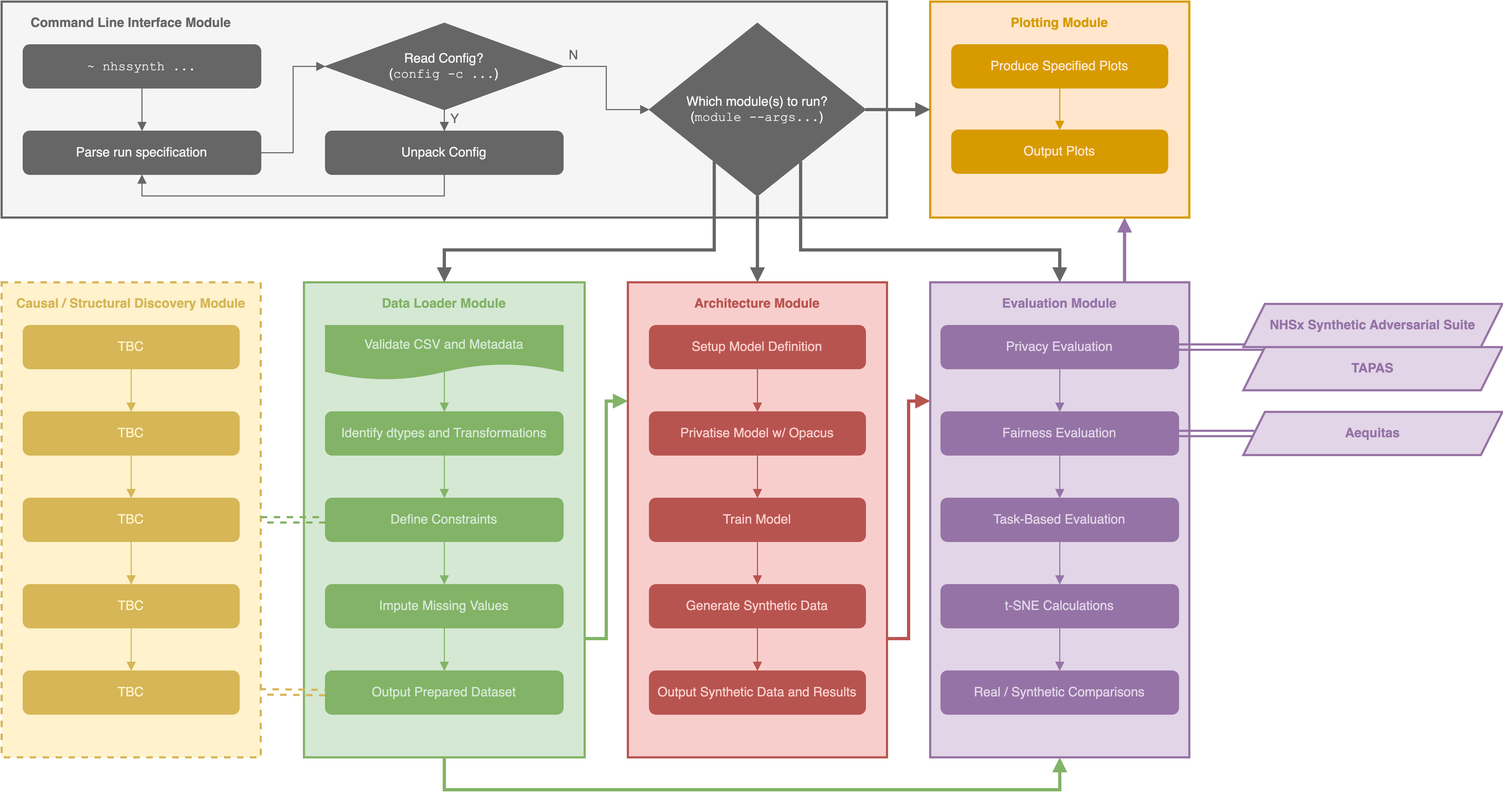
Earlier version of the draw.io export docs/modules.png (nhsengland/NHSSynth). Source tidied: cells renumbered, new cells last; positions are measured from the earlier drawing's top-left corner, leaving out a move shared by most shapes.
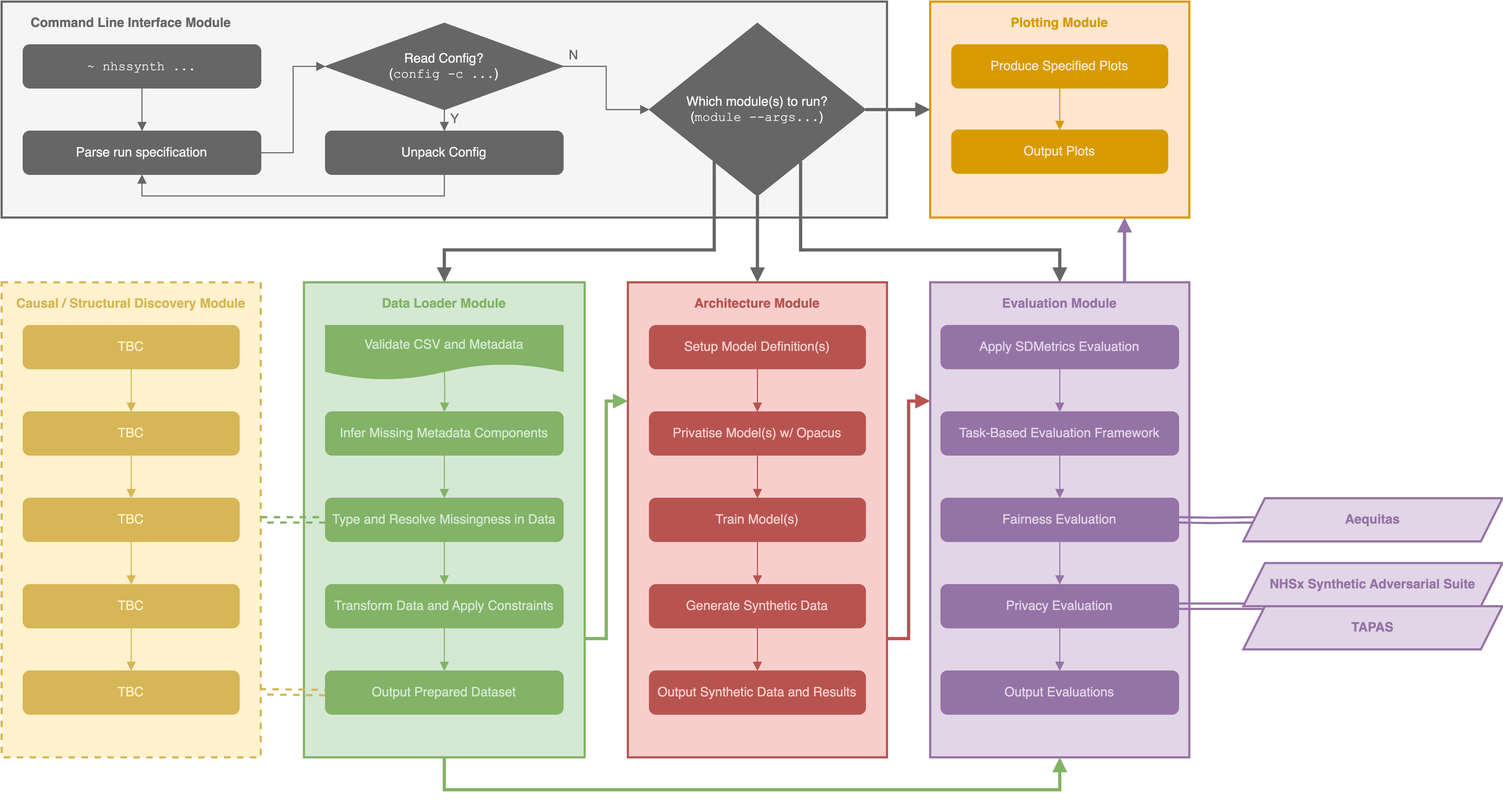
After the commit.

Commit message:
Updating module diagram

Diff of the diagram source:
```diff
@@ -56,7 +56,7 @@
         </Array>
       </mxGeometry>
     </mxCell>
-    <mxCell id="13" value="Define Constraints" style="rounded=1;whiteSpace=wrap;html=1;fillColor=#82B366;strokeColor=#82B366;fontColor=#D5E8D4;" parent="1" vertex="1">
+    <mxCell id="13" value="Type and Resolve Missingness in Data" style="rounded=1;whiteSpace=wrap;html=1;fillColor=#82B366;strokeColor=#82B366;fontColor=#D5E8D4;" parent="1" vertex="1">
       <mxGeometry x="300" y="460" width="220" height="40" as="geometry" />
     </mxCell>
     <mxCell id="14" value="Output Prepared Dataset" style="rounded=1;whiteSpace=wrap;html=1;fillColor=#82B366;strokeColor=#82B366;fontColor=#D5E8D4;" parent="1" vertex="1">
@@ -68,13 +68,13 @@
     <mxCell id="16" style="edgeStyle=orthogonalEdgeStyle;rounded=0;jettySize=auto;html=1;endArrow=block;endFill=1;fillColor=#d5e8d4;strokeColor=#82b366;" parent="1" edge="1" source="17" target="13">
       <mxGeometry relative="1" as="geometry" />
     </mxCell>
-    <mxCell id="17" value="Identify dtypes and Transformations" style="rounded=1;whiteSpace=wrap;html=1;fillColor=#82B366;strokeColor=#82B366;fontColor=#D5E8D4;" parent="1" vertex="1">
+    <mxCell id="17" value="Infer Missing Metadata Components" style="rounded=1;whiteSpace=wrap;html=1;fillColor=#82B366;strokeColor=#82B366;fontColor=#D5E8D4;" parent="1" vertex="1">
       <mxGeometry x="300" y="380" width="220" height="40" as="geometry" />
     </mxCell>
     <mxCell id="18" style="edgeStyle=orthogonalEdgeStyle;rounded=0;jettySize=auto;html=1;endArrow=block;endFill=1;fillColor=#d5e8d4;strokeColor=#82b366;" parent="1" edge="1" source="19" target="14">
       <mxGeometry relative="1" as="geometry" />
     </mxCell>
-    <mxCell id="19" value="Impute Missing Values" style="rounded=1;whiteSpace=wrap;html=1;fillColor=#82B366;strokeColor=#82B366;fontColor=#D5E8D4;" parent="1" vertex="1">
+    <mxCell id="19" value="Transform Data and Apply Constraints" style="rounded=1;whiteSpace=wrap;html=1;fillColor=#82B366;strokeColor=#82B366;fontColor=#D5E8D4;" parent="1" vertex="1">
       <mxGeometry x="300" y="540" width="220" height="40" as="geometry" />
     </mxCell>
     <mxCell id="20" value="Evaluation Module" style="text;html=1;strokeColor=none;fillColor=none;align=center;verticalAlign=middle;whiteSpace=wrap;rounded=0;rotation=0;fontColor=#9673A6;fontStyle=1;" parent="1" vertex="1">
@@ -83,26 +83,28 @@
     <mxCell id="21" style="edgeStyle=orthogonalEdgeStyle;rounded=0;jettySize=auto;html=1;fillColor=#e1d5e7;strokeColor=#9673a6;endArrow=block;endFill=1;" parent="1" edge="1" source="22" target="27">
       <mxGeometry relative="1" as="geometry" />
     </mxCell>
-    <mxCell id="22" value="Privacy Evaluation" style="rounded=1;whiteSpace=wrap;html=1;fillColor=#9673A6;strokeColor=#9673A6;fontColor=#E1D5E7;" parent="1" vertex="1">
+    <mxCell id="22" value="Apply SDMetrics Evaluation" style="rounded=1;whiteSpace=wrap;html=1;fillColor=#9673A6;strokeColor=#9673A6;fontColor=#E1D5E7;" parent="1" vertex="1">
       <mxGeometry x="870" y="300" width="220" height="40" as="geometry" />
     </mxCell>
     <mxCell id="23" style="edgeStyle=orthogonalEdgeStyle;rounded=0;jettySize=auto;html=1;fontFamily=Helvetica;fontColor=#666666;fillColor=#e1d5e7;strokeColor=#9673a6;endArrow=block;endFill=1;" parent="1" edge="1" source="24" target="34">
       <mxGeometry relative="1" as="geometry" />
     </mxCell>
-    <mxCell id="24" value="Task-Based Evaluation" style="rounded=1;whiteSpace=wrap;html=1;fillColor=#9673A6;strokeColor=#9673A6;fontColor=#E1D5E7;" parent="1" vertex="1">
+    <mxCell id="24" value="Fairness Evaluation" style="rounded=1;whiteSpace=wrap;html=1;fillColor=#9673A6;strokeColor=#9673A6;fontColor=#E1D5E7;" parent="1" vertex="1">
       <mxGeometry x="870" y="460" width="220" height="40" as="geometry" />
     </mxCell>
     <mxCell id="25" style="edgeStyle=orthogonalEdgeStyle;rounded=0;jettySize=auto;html=1;fillColor=#e1d5e7;strokeColor=#9673a6;endArrow=block;endFill=1;" parent="1" edge="1" source="27" target="24">
       <mxGeometry relative="1" as="geometry" />
     </mxCell>
-    <mxCell id="26" style="edgeStyle=orthogonalEdgeStyle;rounded=0;jettySize=auto;html=1;fontFamily=Helvetica;fontColor=#666666;shape=link;strokeWidth=2;fillColor=#e1d5e7;strokeColor=#9673a6;" parent="1" edge="1" source="27" target="28">
-      <mxGeometry relative="1" as="geometry" />
+    <mxCell id="26" style="edgeStyle=orthogonalEdgeStyle;rounded=0;jettySize=auto;html=1;fontFamily=Helvetica;fontColor=#666666;shape=link;strokeWidth=2;fillColor=#e1d5e7;strokeColor=#9673a6;" parent="1" edge="1" target="28">
+      <mxGeometry relative="1" as="geometry">
+        <mxPoint x="1090" y="480" as="sourcePoint" />
+      </mxGeometry>
     </mxCell>
-    <mxCell id="27" value="Fairness Evaluation" style="rounded=1;whiteSpace=wrap;html=1;fillColor=#9673A6;strokeColor=#9673A6;fontColor=#E1D5E7;" parent="1" vertex="1">
+    <mxCell id="27" value="Task-Based Evaluation Framework" style="rounded=1;whiteSpace=wrap;html=1;fillColor=#9673A6;strokeColor=#9673A6;fontColor=#E1D5E7;" parent="1" vertex="1">
       <mxGeometry x="870" y="380" width="220" height="40" as="geometry" />
     </mxCell>
     <mxCell id="28" value="&lt;b&gt;Aequitas&lt;/b&gt;" style="shape=parallelogram;perimeter=parallelogramPerimeter;whiteSpace=wrap;html=1;fixedSize=1;rounded=0;glass=0;fillColor=#e1d5e7;strokeColor=#9673a6;strokeWidth=2;fontColor=#9673A6;" parent="1" vertex="1">
-      <mxGeometry x="1150" y="380" width="240" height="40" as="geometry" />
+      <mxGeometry x="1150" y="460" width="240" height="40" as="geometry" />
     </mxCell>
     <mxCell id="29" style="edgeStyle=orthogonalEdgeStyle;rounded=0;jettySize=auto;html=1;fontFamily=Helvetica;fontColor=#666666;fillColor=#f8cecc;strokeColor=#b85450;strokeWidth=3;endArrow=block;endFill=1;exitX=1;exitY=0.75;exitDx=0;exitDy=0;entryX=0;entryY=0.25;entryDx=0;entryDy=0;" parent="1" edge="1" source="30" target="8">
       <mxGeometry relative="1" as="geometry" />
@@ -113,13 +115,13 @@
     <mxCell id="31" value="Architecture Module" style="text;html=1;strokeColor=none;fillColor=none;align=center;verticalAlign=middle;whiteSpace=wrap;rounded=0;rotation=0;fontColor=#B85450;fontStyle=1;" parent="1" vertex="1">
       <mxGeometry x="620" y="260" width="160" height="40" as="geometry" />
     </mxCell>
-    <mxCell id="32" value="Train Model" style="rounded=1;whiteSpace=wrap;html=1;fillColor=#B85450;strokeColor=#B85450;fontColor=#F8CECC;" parent="1" vertex="1">
+    <mxCell id="32" value="Train Model(s)" style="rounded=1;whiteSpace=wrap;html=1;fillColor=#B85450;strokeColor=#B85450;fontColor=#F8CECC;" parent="1" vertex="1">
       <mxGeometry x="600" y="460" width="200" height="40" as="geometry" />
     </mxCell>
     <mxCell id="33" style="edgeStyle=orthogonalEdgeStyle;rounded=0;jettySize=auto;html=1;fontFamily=Helvetica;fontColor=#666666;fillColor=#e1d5e7;strokeColor=#9673a6;endArrow=block;endFill=1;" parent="1" edge="1" source="34" target="43">
       <mxGeometry relative="1" as="geometry" />
     </mxCell>
-    <mxCell id="34" value="t-SNE Calculations" style="rounded=1;whiteSpace=wrap;html=1;fillColor=#9673A6;strokeColor=#9673A6;fontColor=#E1D5E7;" parent="1" vertex="1">
+    <mxCell id="34" value="Privacy Evaluation" style="rounded=1;whiteSpace=wrap;html=1;fillColor=#9673A6;strokeColor=#9673A6;fontColor=#E1D5E7;" parent="1" vertex="1">
       <mxGeometry x="870" y="540" width="220" height="40" as="geometry" />
     </mxCell>
     <mxCell id="35" value="Generate Synthetic Data" style="rounded=1;whiteSpace=wrap;html=1;fillColor=#B85450;strokeColor=#B85450;fontColor=#F8CECC;" parent="1" vertex="1">
@@ -128,13 +130,13 @@
     <mxCell id="36" style="endArrow=block;html=1;rounded=0;exitX=0.5;exitY=1;exitDx=0;exitDy=0;entryX=0.5;entryY=0;entryDx=0;entryDy=0;endFill=1;fillColor=#f8cecc;strokeColor=#b85450;" parent="1" edge="1" source="32" target="35">
       <mxGeometry relative="1" as="geometry" />
     </mxCell>
-    <mxCell id="37" value="Setup Model Definition" style="rounded=1;whiteSpace=wrap;html=1;fillColor=#B85450;strokeColor=#B85450;fontColor=#F8CECC;" parent="1" vertex="1">
+    <mxCell id="37" value="Setup Model Definition(s)" style="rounded=1;whiteSpace=wrap;html=1;fillColor=#B85450;strokeColor=#B85450;fontColor=#F8CECC;" parent="1" vertex="1">
       <mxGeometry x="600" y="300" width="200" height="40" as="geometry" />
     </mxCell>
     <mxCell id="38" value="Output Synthetic Data and Results" style="rounded=1;whiteSpace=wrap;html=1;fillColor=#B85450;strokeColor=#B85450;fontColor=#F8CECC;" parent="1" vertex="1">
       <mxGeometry x="600" y="620" width="200" height="40" as="geometry" />
     </mxCell>
-    <mxCell id="39" value="Privatise Model w/ Opacus" style="rounded=1;whiteSpace=wrap;html=1;fillColor=#B85450;strokeColor=#B85450;fontColor=#F8CECC;" parent="1" vertex="1">
+    <mxCell id="39" value="Privatise Model(s) w/ Opacus" style="rounded=1;whiteSpace=wrap;html=1;fillColor=#B85450;strokeColor=#B85450;fontColor=#F8CECC;" parent="1" vertex="1">
       <mxGeometry x="600" y="380" width="200" height="40" as="geometry" />
     </mxCell>
     <mxCell id="40" style="endArrow=block;html=1;rounded=0;exitX=0.5;exitY=1;exitDx=0;exitDy=0;endFill=1;fillColor=#f8cecc;strokeColor=#b85450;" parent="1" edge="1" source="37">
@@ -148,7 +150,7 @@
     <mxCell id="42" style="endArrow=block;html=1;rounded=0;exitX=0.5;exitY=1;exitDx=0;exitDy=0;entryX=0.5;entryY=0;entryDx=0;entryDy=0;endFill=1;fillColor=#f8cecc;strokeColor=#b85450;" parent="1" edge="1" source="35" target="38">
       <mxGeometry relative="1" as="geometry" />
     </mxCell>
-    <mxCell id="43" value="Real / Synthetic Comparisons" style="rounded=1;whiteSpace=wrap;html=1;fillColor=#9673A6;strokeColor=#9673A6;fontColor=#E1D5E7;" parent="1" vertex="1">
+    <mxCell id="43" value="Output Evaluations" style="rounded=1;whiteSpace=wrap;html=1;fillColor=#9673A6;strokeColor=#9673A6;fontColor=#E1D5E7;" parent="1" vertex="1">
       <mxGeometry x="870" y="620" width="220" height="40" as="geometry" />
     </mxCell>
     <mxCell id="44" style="rounded=0;whiteSpace=wrap;html=1;fillColor=#F5F5F5;strokeColor=#666666;strokeWidth=2;fontColor=#F5F5F5;" parent="1" vertex="1">
@@ -234,19 +236,20 @@
     <mxCell id="64" value="&lt;font color=&quot;#666666&quot;&gt;N&lt;/font&gt;" style="text;html=1;strokeColor=none;fillColor=none;align=center;verticalAlign=middle;whiteSpace=wrap;rounded=0;fontFamily=Helvetica;fontColor=#F5F5F5;" parent="1" vertex="1">
       <mxGeometry x="520" y="40" width="20" height="20" as="geometry" />
     </mxCell>
-    <mxCell id="65" style="edgeStyle=orthogonalEdgeStyle;rounded=0;jettySize=auto;html=1;fontFamily=Helvetica;fontColor=#666666;shape=link;exitX=1;exitY=0.5;exitDx=0;exitDy=0;entryX=0.5;entryY=0;entryDx=0;entryDy=0;fillColor=#e1d5e7;strokeColor=#9673a6;strokeWidth=2;startSize=6;shadow=0;arcSize=20;width=4;" parent="1" edge="1" source="22" target="66">
+    <mxCell id="65" style="edgeStyle=orthogonalEdgeStyle;rounded=0;jettySize=auto;html=1;fontFamily=Helvetica;fontColor=#666666;shape=link;exitX=1;exitY=0.5;exitDx=0;exitDy=0;entryX=0.5;entryY=0;entryDx=0;entryDy=0;fillColor=#e1d5e7;strokeColor=#9673a6;strokeWidth=2;startSize=6;shadow=0;arcSize=20;width=4;" parent="1" edge="1" target="66">
       <mxGeometry relative="1" as="geometry">
+        <mxPoint x="1090" y="560" as="sourcePoint" />
         <Array as="points">
-          <mxPoint x="1200" y="320" />
-          <mxPoint x="1200" y="320" />
+          <mxPoint x="1200" y="560" />
+          <mxPoint x="1200" y="560" />
         </Array>
       </mxGeometry>
     </mxCell>
     <mxCell id="66" value="&lt;b&gt;TAPAS&lt;/b&gt;" style="shape=parallelogram;perimeter=parallelogramPerimeter;whiteSpace=wrap;html=1;fixedSize=1;rounded=0;glass=0;fillColor=#e1d5e7;strokeColor=#9673a6;strokeWidth=2;fontColor=#9673A6;" parent="1" vertex="1">
-      <mxGeometry x="1150" y="320" width="240" height="40" as="geometry" />
+      <mxGeometry x="1150" y="560" width="240" height="40" as="geometry" />
     </mxCell>
     <mxCell id="67" value="&lt;b&gt;NHSx Synthetic Adversarial Suite&lt;/b&gt;" style="shape=parallelogram;perimeter=parallelogramPerimeter;whiteSpace=wrap;html=1;fixedSize=1;rounded=0;glass=0;fillColor=#e1d5e7;strokeColor=#9673a6;strokeWidth=2;fontColor=#9673A6;fillStyle=auto;" parent="1" vertex="1">
-      <mxGeometry x="1150" y="280" width="240" height="40" as="geometry" />
+      <mxGeometry x="1150" y="520" width="240" height="40" as="geometry" />
     </mxCell>
     <mxCell id="68" style="edgeStyle=orthogonalEdgeStyle;rounded=0;jettySize=auto;html=1;shadow=0;strokeWidth=1;fontFamily=Helvetica;fontColor=#9673A6;endArrow=block;endFill=1;fillColor=#ffe6cc;strokeColor=#d79b00;" parent="1" edge="1" source="69" target="70">
       <mxGeometry relative="1" as="geometry" />
```
